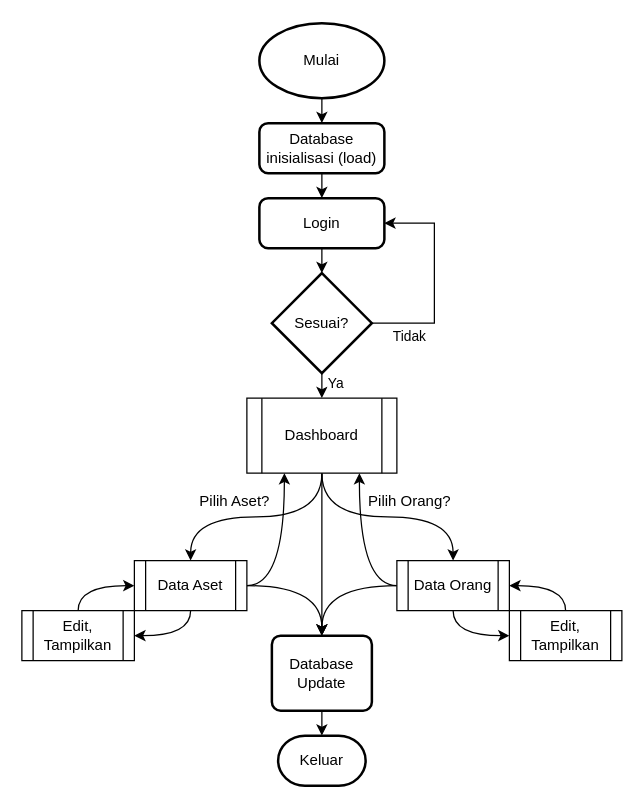
Earlier version of the draw.io diagram Program UAS/Alur Program.drawio (Hidayadie/Program-si-sharp). Source tidied: cells renumbered, new cells numbered last; positions are measured from the earlier drawing's top-left corner, leaving out a move shared by most shapes. Both pictures are drawn from the tidied source at 125%, with x=0, y=0 at pixel (21, 22).
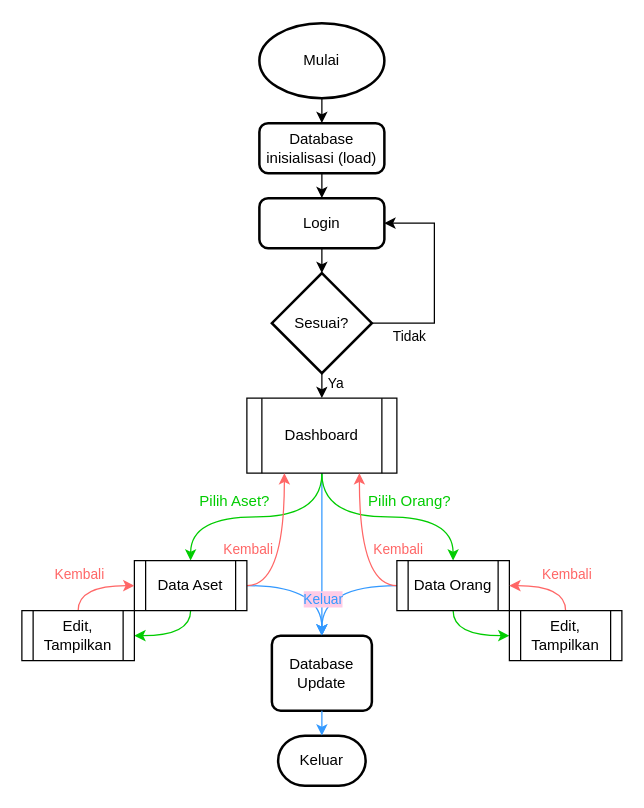
The same page after the edit.

The change refers to these unchanged cells:
```xml
<mxCell id="12" value="Database&lt;br&gt;Update" style="rounded=1;whiteSpace=wrap;html=1;absoluteArcSize=1;arcSize=14;strokeWidth=2;" parent="1" vertex="1">
  <mxGeometry x="200" y="490" width="80" height="60" as="geometry" />
</mxCell>
<mxCell id="16" value="Dashboard" style="shape=process;whiteSpace=wrap;html=1;backgroundOutline=1;" parent="1" vertex="1">
  <mxGeometry x="180" y="300" width="120" height="60" as="geometry" />
</mxCell>
<mxCell id="20" value="Data Orang" style="shape=process;whiteSpace=wrap;html=1;backgroundOutline=1;" parent="1" vertex="1">
  <mxGeometry x="300" y="430" width="90" height="40" as="geometry" />
</mxCell>
<mxCell id="24" value="Data Aset" style="shape=process;whiteSpace=wrap;html=1;backgroundOutline=1;" parent="1" vertex="1">
  <mxGeometry x="90" y="430" width="90" height="40" as="geometry" />
</mxCell>
<mxCell id="26" value="Edit, Tampilkan" style="shape=process;whiteSpace=wrap;html=1;backgroundOutline=1;" parent="1" vertex="1">
  <mxGeometry x="390" y="470" width="90" height="40" as="geometry" />
</mxCell>
<mxCell id="28" value="Edit, Tampilkan" style="shape=process;whiteSpace=wrap;html=1;backgroundOutline=1;" parent="1" vertex="1">
  <mxGeometry y="470" width="90" height="40" as="geometry" />
</mxCell>
<mxCell id="32" value="Keluar" style="strokeWidth=2;html=1;shape=mxgraph.flowchart.terminator;whiteSpace=wrap;" parent="1" vertex="1">
  <mxGeometry x="205" y="570" width="70" height="40" as="geometry" />
</mxCell>
```

Change to the diagram source:
```diff
@@
+    <mxCell id="18" style="edgeStyle=orthogonalEdgeStyle;rounded=0;jettySize=auto;html=1;exitX=0;exitY=0.5;exitDx=0;exitDy=0;entryX=0.5;entryY=0;entryDx=0;entryDy=0;curved=1;strokeColor=#3399FF;" parent="1" edge="1" source="20" target="12">
+      <mxGeometry relative="1" as="geometry" />
+    </mxCell>
+    <mxCell id="22" style="edgeStyle=orthogonalEdgeStyle;rounded=0;jettySize=auto;html=1;exitX=1;exitY=0.5;exitDx=0;exitDy=0;entryX=0.5;entryY=0;entryDx=0;entryDy=0;curved=1;strokeColor=#3399FF;" parent="1" edge="1" source="24" target="12">
+      <mxGeometry relative="1" as="geometry" />
+    </mxCell>
@@
-    <mxCell id="13" style="edgeStyle=orthogonalEdgeStyle;rounded=0;jettySize=auto;html=1;exitX=0.5;exitY=1;exitDx=0;exitDy=0;entryX=0.5;entryY=0;entryDx=0;entryDy=0;" parent="1" edge="1" source="16" target="12">
+    <mxCell id="13" style="edgeStyle=orthogonalEdgeStyle;rounded=0;jettySize=auto;html=1;exitX=0.5;exitY=1;exitDx=0;exitDy=0;entryX=0.5;entryY=0;entryDx=0;entryDy=0;strokeColor=#3399FF;" parent="1" edge="1" source="16" target="12">
       <mxGeometry relative="1" as="geometry">
         <Array as="points">
           <mxPoint x="240" y="400" />
           <mxPoint x="240" y="400" />
         </Array>
       </mxGeometry>
     </mxCell>
+    <mxCell id="34" value="Keluar" style="edgeLabel;html=1;align=center;verticalAlign=middle;fontColor=#3399FF;labelBackgroundColor=#FFCCE6;" parent="13" vertex="1">
+      <mxGeometry x="0.62" y="1" relative="1" as="geometry">
+        <mxPoint x="-1" y="-5" as="offset" />
+      </mxGeometry>
+    </mxCell>
-    <mxCell id="14" style="edgeStyle=orthogonalEdgeStyle;rounded=0;jettySize=auto;html=1;exitX=0.5;exitY=1;exitDx=0;exitDy=0;entryX=0.5;entryY=0;entryDx=0;entryDy=0;curved=1;" parent="1" edge="1" source="16" target="20">
+    <mxCell id="14" style="edgeStyle=orthogonalEdgeStyle;rounded=0;jettySize=auto;html=1;exitX=0.5;exitY=1;exitDx=0;exitDy=0;entryX=0.5;entryY=0;entryDx=0;entryDy=0;curved=1;strokeColor=#00CC00;" parent="1" edge="1" source="16" target="20">
       <mxGeometry relative="1" as="geometry" />
     </mxCell>
-    <mxCell id="15" style="edgeStyle=orthogonalEdgeStyle;rounded=0;jettySize=auto;html=1;exitX=0.5;exitY=1;exitDx=0;exitDy=0;entryX=0.5;entryY=0;entryDx=0;entryDy=0;curved=1;" parent="1" edge="1" source="16" target="24">
+    <mxCell id="15" style="edgeStyle=orthogonalEdgeStyle;rounded=0;jettySize=auto;html=1;exitX=0.5;exitY=1;exitDx=0;exitDy=0;entryX=0.5;entryY=0;entryDx=0;entryDy=0;curved=1;strokeColor=#00CC00;" parent="1" edge="1" source="16" target="24">
       <mxGeometry relative="1" as="geometry" />
     </mxCell>
@@
-    <mxCell id="17" style="edgeStyle=orthogonalEdgeStyle;rounded=0;jettySize=auto;html=1;exitX=0.5;exitY=1;exitDx=0;exitDy=0;entryX=0;entryY=0.5;entryDx=0;entryDy=0;curved=1;" parent="1" edge="1" source="20" target="26">
+    <mxCell id="17" style="edgeStyle=orthogonalEdgeStyle;rounded=0;jettySize=auto;html=1;exitX=0.5;exitY=1;exitDx=0;exitDy=0;entryX=0;entryY=0.5;entryDx=0;entryDy=0;curved=1;strokeColor=#00CC00;" parent="1" edge="1" source="20" target="26">
       <mxGeometry relative="1" as="geometry" />
     </mxCell>
-    <mxCell id="18" style="edgeStyle=orthogonalEdgeStyle;rounded=0;jettySize=auto;html=1;exitX=0;exitY=0.5;exitDx=0;exitDy=0;entryX=0.5;entryY=0;entryDx=0;entryDy=0;curved=1;" parent="1" edge="1" source="20" target="12">
-      <mxGeometry relative="1" as="geometry" />
-    </mxCell>
-    <mxCell id="19" style="edgeStyle=orthogonalEdgeStyle;rounded=0;jettySize=auto;html=1;exitX=0;exitY=0.5;exitDx=0;exitDy=0;entryX=0.75;entryY=1;entryDx=0;entryDy=0;curved=1;" parent="1" edge="1" source="20" target="16">
+    <mxCell id="19" style="edgeStyle=orthogonalEdgeStyle;rounded=0;jettySize=auto;html=1;exitX=0;exitY=0.5;exitDx=0;exitDy=0;entryX=0.75;entryY=1;entryDx=0;entryDy=0;curved=1;fillColor=#f8cecc;strokeColor=#FF6666;" parent="1" edge="1" source="20" target="16">
       <mxGeometry relative="1" as="geometry" />
     </mxCell>
@@
-    <mxCell id="21" style="edgeStyle=orthogonalEdgeStyle;rounded=0;jettySize=auto;html=1;exitX=0.5;exitY=1;exitDx=0;exitDy=0;entryX=1;entryY=0.5;entryDx=0;entryDy=0;curved=1;" parent="1" edge="1" source="24" target="28">
+    <mxCell id="21" style="edgeStyle=orthogonalEdgeStyle;rounded=0;jettySize=auto;html=1;exitX=0.5;exitY=1;exitDx=0;exitDy=0;entryX=1;entryY=0.5;entryDx=0;entryDy=0;curved=1;strokeColor=#00CC00;" parent="1" edge="1" source="24" target="28">
       <mxGeometry relative="1" as="geometry" />
     </mxCell>
-    <mxCell id="22" style="edgeStyle=orthogonalEdgeStyle;rounded=0;jettySize=auto;html=1;exitX=1;exitY=0.5;exitDx=0;exitDy=0;entryX=0.5;entryY=0;entryDx=0;entryDy=0;curved=1;" parent="1" edge="1" source="24" target="12">
-      <mxGeometry relative="1" as="geometry" />
-    </mxCell>
-    <mxCell id="23" style="edgeStyle=orthogonalEdgeStyle;rounded=0;jettySize=auto;html=1;exitX=1;exitY=0.5;exitDx=0;exitDy=0;entryX=0.25;entryY=1;entryDx=0;entryDy=0;curved=1;" parent="1" edge="1" source="24" target="16">
+    <mxCell id="23" style="edgeStyle=orthogonalEdgeStyle;rounded=0;jettySize=auto;html=1;exitX=1;exitY=0.5;exitDx=0;exitDy=0;entryX=0.25;entryY=1;entryDx=0;entryDy=0;curved=1;fillColor=#f8cecc;strokeColor=#FF6666;" parent="1" edge="1" source="24" target="16">
       <mxGeometry relative="1" as="geometry" />
     </mxCell>
@@
-    <mxCell id="25" style="edgeStyle=orthogonalEdgeStyle;rounded=0;jettySize=auto;html=1;exitX=0.5;exitY=0;exitDx=0;exitDy=0;entryX=1;entryY=0.5;entryDx=0;entryDy=0;curved=1;" parent="1" edge="1" source="26" target="20">
+    <mxCell id="25" style="edgeStyle=orthogonalEdgeStyle;rounded=0;jettySize=auto;html=1;exitX=0.5;exitY=0;exitDx=0;exitDy=0;entryX=1;entryY=0.5;entryDx=0;entryDy=0;curved=1;fillColor=#f8cecc;strokeColor=#FF6666;" parent="1" edge="1" source="26" target="20">
       <mxGeometry relative="1" as="geometry" />
     </mxCell>
@@
-    <mxCell id="27" style="edgeStyle=orthogonalEdgeStyle;rounded=0;jettySize=auto;html=1;exitX=0.5;exitY=0;exitDx=0;exitDy=0;entryX=0;entryY=0.5;entryDx=0;entryDy=0;curved=1;" parent="1" edge="1" source="28" target="24">
+    <mxCell id="27" style="edgeStyle=orthogonalEdgeStyle;rounded=0;jettySize=auto;html=1;exitX=0.5;exitY=0;exitDx=0;exitDy=0;entryX=0;entryY=0.5;entryDx=0;entryDy=0;curved=1;fillColor=#f8cecc;strokeColor=#FF6666;" parent="1" edge="1" source="28" target="24">
       <mxGeometry relative="1" as="geometry" />
     </mxCell>
+    <mxCell id="35" value="Kembali" style="edgeLabel;html=1;align=center;verticalAlign=middle;fontColor=#FF6666;" parent="27" vertex="1">
+      <mxGeometry x="-0.02" y="-4" relative="1" as="geometry">
+        <mxPoint x="-12" y="-14" as="offset" />
+      </mxGeometry>
+    </mxCell>
@@
-    <mxCell id="30" value="Pilih Orang?" style="text;html=1;align=center;verticalAlign=middle;strokeColor=none;fillColor=none;" parent="1" vertex="1">
+    <mxCell id="30" value="Pilih Orang?" style="text;html=1;align=center;verticalAlign=middle;strokeColor=none;fillColor=none;fontColor=#00CC00;" parent="1" vertex="1">
       <mxGeometry x="265" y="368" width="90" height="30" as="geometry" />
     </mxCell>
-    <mxCell id="31" value="Pilih Aset?" style="text;html=1;align=center;verticalAlign=middle;strokeColor=none;fillColor=none;" parent="1" vertex="1">
+    <mxCell id="31" value="Pilih Aset?" style="text;html=1;align=center;verticalAlign=middle;strokeColor=none;fillColor=none;fontColor=#00CC00;" parent="1" vertex="1">
       <mxGeometry x="130" y="368" width="80" height="30" as="geometry" />
     </mxCell>
@@
-    <mxCell id="33" style="edgeStyle=orthogonalEdgeStyle;rounded=0;jettySize=auto;html=1;exitX=0.5;exitY=1;exitDx=0;exitDy=0;entryX=0.5;entryY=0;entryDx=0;entryDy=0;entryPerimeter=0;" parent="1" edge="1" source="12" target="32">
+    <mxCell id="33" style="edgeStyle=orthogonalEdgeStyle;rounded=0;jettySize=auto;html=1;exitX=0.5;exitY=1;exitDx=0;exitDy=0;entryX=0.5;entryY=0;entryDx=0;entryDy=0;entryPerimeter=0;strokeColor=#3399FF;" parent="1" edge="1" source="12" target="32">
       <mxGeometry relative="1" as="geometry" />
     </mxCell>
+    <mxCell id="36" value="Kembali" style="edgeLabel;html=1;align=center;verticalAlign=middle;fontColor=#FF6666;" parent="1" vertex="1">
+      <mxGeometry x="435" y="440" as="geometry" />
+    </mxCell>
+    <mxCell id="37" value="Kembali" style="edgeLabel;html=1;align=center;verticalAlign=middle;fontColor=#FF6666;" parent="1" vertex="1">
+      <mxGeometry x="300" y="420" as="geometry" />
+    </mxCell>
+    <mxCell id="38" value="Kembali" style="edgeLabel;html=1;align=center;verticalAlign=middle;fontColor=#FF6666;" parent="1" vertex="1">
+      <mxGeometry x="180" y="420" as="geometry" />
+    </mxCell>
```
